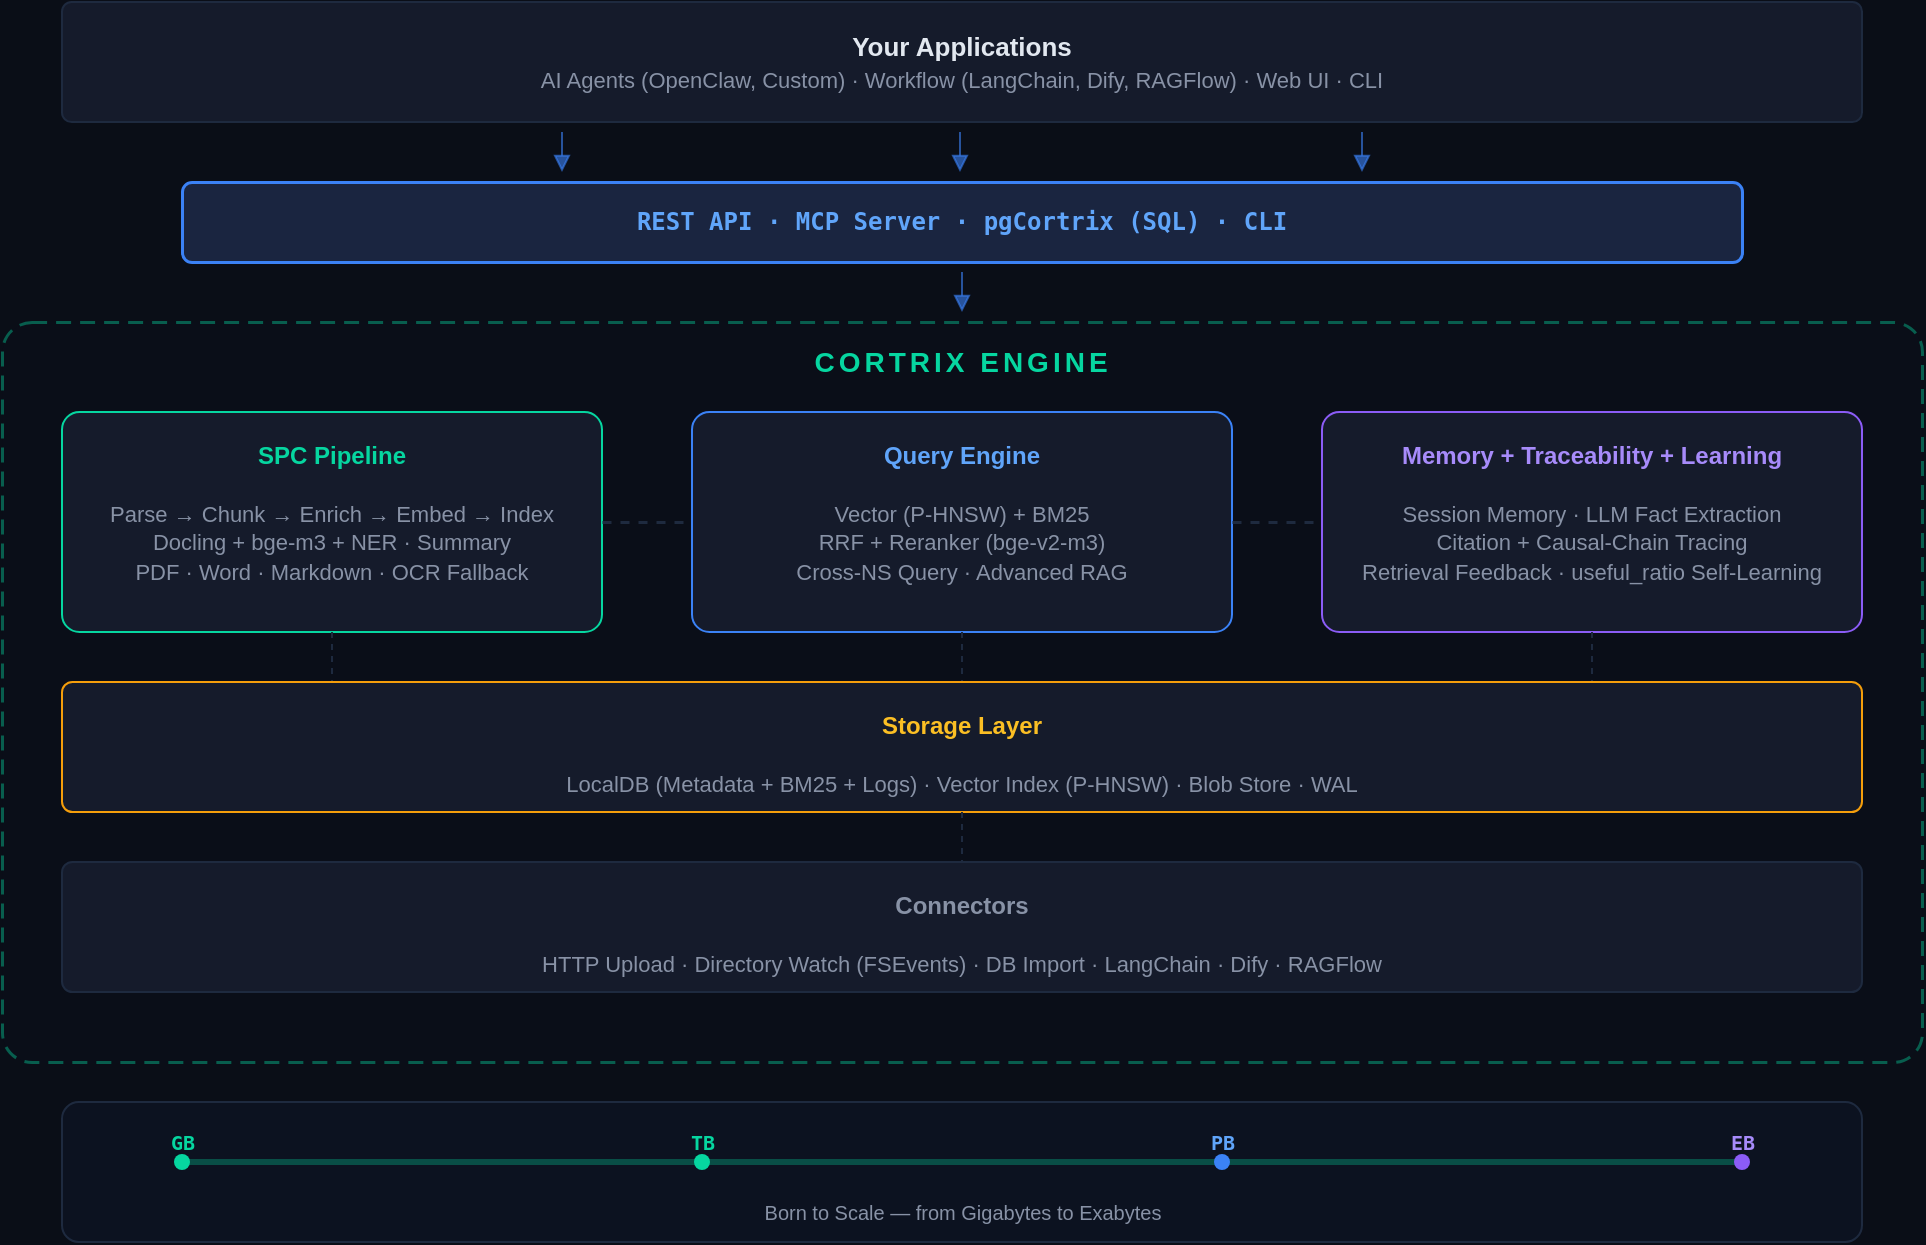
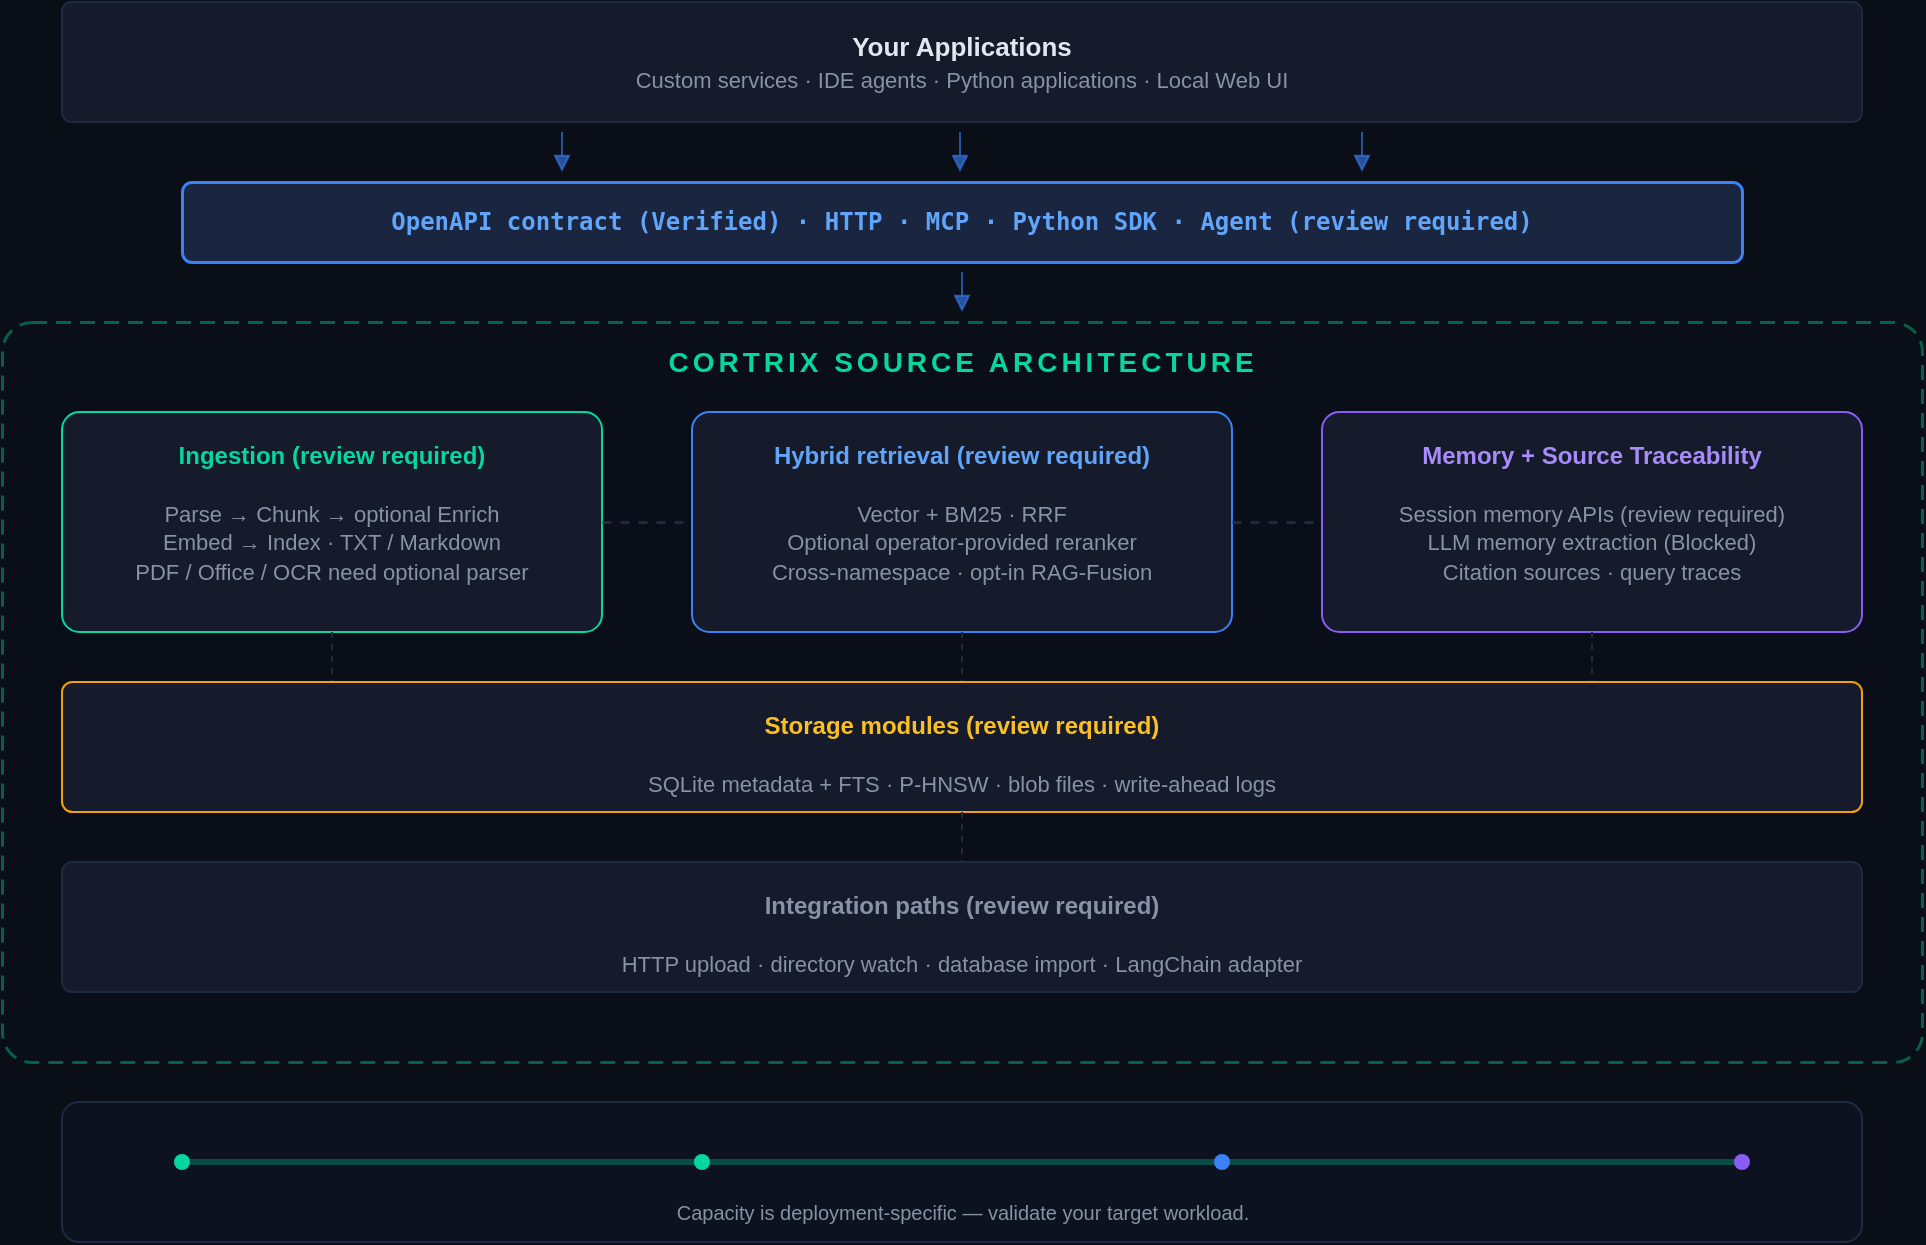
- <mxfile host="Electron" agent="Mozilla/5.0 (Macintosh; Intel Mac OS X 10_15_7) AppleWebKit/537.36 (KHTML, like Gecko) draw.io/29.6.1 Chrome/142.0.7444.265 Electron/39.8.0 Safari/537.36" version="29.6.1">
+ <mxfile version="29.6.1">
  <diagram id="cortrix-arch" name="Cortrix Architecture">
    <mxGraphModel dx="1059" dy="588" grid="1" gridSize="10" guides="1" tooltips="1" connect="1" arrows="1" fold="1" page="1" pageScale="1" pageWidth="1100" pageHeight="750" background="#0a0e17" math="0" shadow="0">
      <root>
        <mxCell id="0" />
        <mxCell id="1" parent="0" />
-         <mxCell id="app-box" parent="1" style="rounded=1;whiteSpace=wrap;html=1;fillColor=#151b2b;strokeColor=#1e2a3f;fontColor=#e2e8f0;fontSize=13;verticalAlign=middle;spacingTop=4;spacingBottom=4;arcSize=8;" value="&lt;b&gt;Your Applications&lt;/b&gt;&lt;br&gt;&lt;font color=&quot;#8892a6&quot; style=&quot;font-size:11px&quot;&gt;AI Agents (OpenClaw, Custom) · Workflow (LangChain, Dify, RAGFlow) · Web UI · CLI&lt;/font&gt;" vertex="1">
+         <mxCell id="app-box" parent="1" style="rounded=1;whiteSpace=wrap;html=1;fillColor=#151b2b;strokeColor=#1e2a3f;fontColor=#e2e8f0;fontSize=13;verticalAlign=middle;spacingTop=4;spacingBottom=4;arcSize=8;" value="&lt;b&gt;Your Applications&lt;/b&gt;&lt;br&gt;&lt;font color=&quot;#8892a6&quot; style=&quot;font-size:11px&quot;&gt;Custom services · IDE agents · Python applications · Local Web UI&lt;/font&gt;" vertex="1">
          <mxGeometry height="60" width="900" x="100" y="30" as="geometry" />
        </mxCell>
        <mxCell id="arrow1" edge="1" parent="1" style="endArrow=block;endFill=1;strokeColor=#3b82f6;strokeWidth=1;opacity=60;startSize=10;shadow=0;jumpSize=10;">
          <mxGeometry relative="1" as="geometry">
            <mxPoint x="350" y="95" as="sourcePoint" />
            <mxPoint x="350" y="115" as="targetPoint" />
          </mxGeometry>
        </mxCell>
-         <mxCell id="api-box" parent="1" style="rounded=1;whiteSpace=wrap;html=1;fillColor=#1a2540;strokeColor=#3b82f6;strokeWidth=1.5;fontColor=#60a5fa;fontSize=12;fontFamily=monospace;verticalAlign=middle;arcSize=12;" value="&lt;b&gt;&lt;font color=&quot;#60a5fa&quot;&gt;REST API  ·  MCP Server  ·  pgCortrix (SQL)  ·  CLI&lt;/font&gt;&lt;/b&gt;" vertex="1">
+         <mxCell id="api-box" parent="1" style="rounded=1;whiteSpace=wrap;html=1;fillColor=#1a2540;strokeColor=#3b82f6;strokeWidth=1.5;fontColor=#60a5fa;fontSize=12;fontFamily=monospace;verticalAlign=middle;arcSize=12;" value="&lt;b&gt;&lt;font color=&quot;#60a5fa&quot;&gt;OpenAPI contract (Verified) · HTTP · MCP · Python SDK · Agent (review required)&lt;/font&gt;&lt;/b&gt;" vertex="1">
          <mxGeometry height="40" width="780" x="160" y="120" as="geometry" />
        </mxCell>
        <mxCell id="engine-outer" parent="1" style="rounded=1;whiteSpace=wrap;html=1;fillColor=#0c1220;fillOpacity=50;strokeColor=#06d6a0;strokeWidth=1.5;dashed=1;dashPattern=5 3;arcSize=4;opacity=40;" value="" vertex="1">
          <mxGeometry height="370" width="960" x="70" y="190" as="geometry" />
        </mxCell>
-         <mxCell id="engine-title" parent="1" style="text;html=1;align=center;verticalAlign=middle;resizable=0;points=[];autosize=1;strokeColor=none;fillColor=none;" value="&lt;font color=&quot;#06d6a0&quot; style=&quot;font-size:14px;letter-spacing:2px;&quot;&gt;&lt;b&gt;CORTRIX ENGINE&lt;/b&gt;&lt;/font&gt;" vertex="1">
+         <mxCell id="engine-title" parent="1" style="text;html=1;align=center;verticalAlign=middle;resizable=0;points=[];autosize=1;strokeColor=none;fillColor=none;" value="&lt;font color=&quot;#06d6a0&quot; style=&quot;font-size:14px;letter-spacing:2px;&quot;&gt;&lt;b&gt;CORTRIX SOURCE ARCHITECTURE&lt;/b&gt;&lt;/font&gt;" vertex="1">
          <mxGeometry height="30" width="280" x="410" y="195" as="geometry" />
        </mxCell>
-         <mxCell id="spc-box" parent="1" style="rounded=1;whiteSpace=wrap;html=1;fillColor=#151b2b;strokeColor=#06d6a0;strokeWidth=1;fontColor=#e2e8f0;fontSize=12;verticalAlign=top;spacingTop=8;arcSize=8;" value="&lt;b&gt;&lt;font color=&quot;#06d6a0&quot;&gt;SPC Pipeline&lt;/font&gt;&lt;/b&gt;&lt;br&gt;&lt;br&gt;&lt;font color=&quot;#8892a6&quot; style=&quot;font-size:11px&quot;&gt;Parse → Chunk → Enrich → Embed → Index&lt;br&gt;Docling + bge-m3 + NER · Summary&lt;br&gt;PDF · Word · Markdown · OCR Fallback&lt;/font&gt;" vertex="1">
+         <mxCell id="spc-box" parent="1" style="rounded=1;whiteSpace=wrap;html=1;fillColor=#151b2b;strokeColor=#06d6a0;strokeWidth=1;fontColor=#e2e8f0;fontSize=12;verticalAlign=top;spacingTop=8;arcSize=8;" value="&lt;b&gt;&lt;font color=&quot;#06d6a0&quot;&gt;Ingestion (review required)&lt;/font&gt;&lt;/b&gt;&lt;br&gt;&lt;br&gt;&lt;font color=&quot;#8892a6&quot; style=&quot;font-size:11px&quot;&gt;Parse → Chunk → optional Enrich&lt;br&gt;Embed → Index · TXT / Markdown&lt;br&gt;PDF / Office / OCR need optional parser&lt;/font&gt;" vertex="1">
          <mxGeometry height="110" width="270" x="100" y="235" as="geometry" />
        </mxCell>
-         <mxCell id="query-box" parent="1" style="rounded=1;whiteSpace=wrap;html=1;fillColor=#151b2b;strokeColor=#3b82f6;strokeWidth=1;fontColor=#e2e8f0;fontSize=12;verticalAlign=top;spacingTop=8;arcSize=8;" value="&lt;b&gt;&lt;font color=&quot;#60a5fa&quot;&gt;Query Engine&lt;/font&gt;&lt;/b&gt;&lt;br&gt;&lt;br&gt;&lt;font color=&quot;#8892a6&quot; style=&quot;font-size:11px&quot;&gt;Vector (P-HNSW) + BM25&lt;br&gt;RRF + Reranker (bge-v2-m3)&lt;br&gt;Cross-NS Query · Advanced RAG&lt;/font&gt;" vertex="1">
+         <mxCell id="query-box" parent="1" style="rounded=1;whiteSpace=wrap;html=1;fillColor=#151b2b;strokeColor=#3b82f6;strokeWidth=1;fontColor=#e2e8f0;fontSize=12;verticalAlign=top;spacingTop=8;arcSize=8;" value="&lt;b&gt;&lt;font color=&quot;#60a5fa&quot;&gt;Hybrid retrieval (review required)&lt;/font&gt;&lt;/b&gt;&lt;br&gt;&lt;br&gt;&lt;font color=&quot;#8892a6&quot; style=&quot;font-size:11px&quot;&gt;Vector + BM25 · RRF&lt;br&gt;Optional operator-provided reranker&lt;br&gt;Cross-namespace · opt-in RAG-Fusion&lt;/font&gt;" vertex="1">
          <mxGeometry height="110" width="270" x="415" y="235" as="geometry" />
        </mxCell>
-         <mxCell id="memory-box" parent="1" style="rounded=1;whiteSpace=wrap;html=1;fillColor=#151b2b;strokeColor=#8b5cf6;strokeWidth=1;fontColor=#e2e8f0;fontSize=12;verticalAlign=top;spacingTop=8;arcSize=8;" value="&lt;b&gt;&lt;font color=&quot;#a78bfa&quot;&gt;Memory + Traceability + Learning&lt;/font&gt;&lt;/b&gt;&lt;br&gt;&lt;br&gt;&lt;font color=&quot;#8892a6&quot; style=&quot;font-size:11px&quot;&gt;Session Memory · LLM Fact Extraction&lt;br&gt;Citation + Causal-Chain Tracing&lt;br&gt;Retrieval Feedback · useful_ratio Self-Learning&lt;/font&gt;" vertex="1">
+         <mxCell id="memory-box" parent="1" style="rounded=1;whiteSpace=wrap;html=1;fillColor=#151b2b;strokeColor=#8b5cf6;strokeWidth=1;fontColor=#e2e8f0;fontSize=12;verticalAlign=top;spacingTop=8;arcSize=8;" value="&lt;b&gt;&lt;font color=&quot;#a78bfa&quot;&gt;Memory + Source Traceability&lt;/font&gt;&lt;/b&gt;&lt;br&gt;&lt;br&gt;&lt;font color=&quot;#8892a6&quot; style=&quot;font-size:11px&quot;&gt;Session memory APIs (review required)&lt;br&gt;LLM memory extraction (Blocked)&lt;br&gt;Citation sources · query traces&lt;/font&gt;" vertex="1">
          <mxGeometry height="110" width="270" x="730" y="235" as="geometry" />
        </mxCell>
        <mxCell id="conn-spc-query" edge="1" parent="1" style="endArrow=none;strokeColor=#1e2a3f;strokeWidth=1.5;dashed=1;dashPattern=3 3;">
          <mxGeometry relative="1" as="geometry">
            <mxPoint x="370" y="290" as="sourcePoint" />
            <mxPoint x="415" y="290" as="targetPoint" />
          </mxGeometry>
        </mxCell>
        <mxCell id="conn-query-mem" edge="1" parent="1" style="endArrow=none;strokeColor=#1e2a3f;strokeWidth=1.5;dashed=1;dashPattern=3 3;">
          <mxGeometry relative="1" as="geometry">
            <mxPoint x="685" y="290" as="sourcePoint" />
            <mxPoint x="730" y="290" as="targetPoint" />
          </mxGeometry>
        </mxCell>
        <mxCell id="v-spc-storage" edge="1" parent="1" style="endArrow=none;strokeColor=#1e2a3f;strokeWidth=1;dashed=1;dashPattern=3 3;">
          <mxGeometry relative="1" as="geometry">
            <mxPoint x="235" y="345" as="sourcePoint" />
            <mxPoint x="235" y="370" as="targetPoint" />
          </mxGeometry>
        </mxCell>
        <mxCell id="v-query-storage" edge="1" parent="1" style="endArrow=none;strokeColor=#1e2a3f;strokeWidth=1;dashed=1;dashPattern=3 3;">
          <mxGeometry relative="1" as="geometry">
            <mxPoint x="550" y="345" as="sourcePoint" />
            <mxPoint x="550" y="370" as="targetPoint" />
          </mxGeometry>
        </mxCell>
        <mxCell id="v-mem-storage" edge="1" parent="1" style="endArrow=none;strokeColor=#1e2a3f;strokeWidth=1;dashed=1;dashPattern=3 3;">
          <mxGeometry relative="1" as="geometry">
            <mxPoint x="865" y="345" as="sourcePoint" />
            <mxPoint x="865" y="370" as="targetPoint" />
          </mxGeometry>
        </mxCell>
-         <mxCell id="storage-box" parent="1" style="rounded=1;whiteSpace=wrap;html=1;fillColor=#151b2b;strokeColor=#f59e0b;strokeWidth=1;fontColor=#e2e8f0;fontSize=12;verticalAlign=top;spacingTop=8;arcSize=8;" value="&lt;b&gt;&lt;font color=&quot;#fbbf24&quot;&gt;Storage Layer&lt;/font&gt;&lt;/b&gt;&lt;br&gt;&lt;br&gt;&lt;font color=&quot;#8892a6&quot; style=&quot;font-size:11px&quot;&gt;LocalDB (Metadata + BM25 + Logs) · Vector Index (P-HNSW) · Blob Store · WAL&lt;/font&gt;" vertex="1">
+         <mxCell id="storage-box" parent="1" style="rounded=1;whiteSpace=wrap;html=1;fillColor=#151b2b;strokeColor=#f59e0b;strokeWidth=1;fontColor=#e2e8f0;fontSize=12;verticalAlign=top;spacingTop=8;arcSize=8;" value="&lt;b&gt;&lt;font color=&quot;#fbbf24&quot;&gt;Storage modules (review required)&lt;/font&gt;&lt;/b&gt;&lt;br&gt;&lt;br&gt;&lt;font color=&quot;#8892a6&quot; style=&quot;font-size:11px&quot;&gt;SQLite metadata + FTS · P-HNSW · blob files · write-ahead logs&lt;/font&gt;" vertex="1">
          <mxGeometry height="65" width="900" x="100" y="370" as="geometry" />
        </mxCell>
        <mxCell id="v-storage-conn" edge="1" parent="1" style="endArrow=none;strokeColor=#1e2a3f;strokeWidth=1;dashed=1;dashPattern=3 3;">
          <mxGeometry relative="1" as="geometry">
            <mxPoint x="550" y="435" as="sourcePoint" />
            <mxPoint x="550" y="460" as="targetPoint" />
          </mxGeometry>
        </mxCell>
-         <mxCell id="connectors-box" parent="1" style="rounded=1;whiteSpace=wrap;html=1;fillColor=#151b2b;strokeColor=#1e2a3f;strokeWidth=1;fontColor=#e2e8f0;fontSize=12;verticalAlign=top;spacingTop=8;arcSize=8;" value="&lt;b&gt;&lt;font color=&quot;#8892a6&quot;&gt;Connectors&lt;/font&gt;&lt;/b&gt;&lt;br&gt;&lt;br&gt;&lt;font color=&quot;#8892a6&quot; style=&quot;font-size:11px&quot;&gt;HTTP Upload · Directory Watch (FSEvents) · DB Import · LangChain · Dify · RAGFlow&lt;/font&gt;" vertex="1">
+         <mxCell id="connectors-box" parent="1" style="rounded=1;whiteSpace=wrap;html=1;fillColor=#151b2b;strokeColor=#1e2a3f;strokeWidth=1;fontColor=#e2e8f0;fontSize=12;verticalAlign=top;spacingTop=8;arcSize=8;" value="&lt;b&gt;&lt;font color=&quot;#8892a6&quot;&gt;Integration paths (review required)&lt;/font&gt;&lt;/b&gt;&lt;br&gt;&lt;br&gt;&lt;font color=&quot;#8892a6&quot; style=&quot;font-size:11px&quot;&gt;HTTP upload · directory watch · database import · LangChain adapter&lt;/font&gt;" vertex="1">
          <mxGeometry height="65" width="900" x="100" y="460" as="geometry" />
        </mxCell>
        <mxCell id="scale-bg" parent="1" style="rounded=1;whiteSpace=wrap;html=1;fillColor=#0c1220;strokeColor=#1e2a3f;strokeWidth=1;arcSize=12;" value="" vertex="1">
          <mxGeometry height="70" width="900" x="100" y="580" as="geometry" />
        </mxCell>
        <mxCell id="scale-line" edge="1" parent="1" style="endArrow=none;strokeColor=#06d6a0;strokeWidth=3;opacity=30;" value="">
          <mxGeometry relative="1" as="geometry">
            <mxPoint x="160" y="610" as="sourcePoint" />
            <mxPoint x="940" y="610" as="targetPoint" />
          </mxGeometry>
        </mxCell>
        <mxCell id="gb-dot" parent="1" style="ellipse;whiteSpace=wrap;html=1;fillColor=#06d6a0;strokeColor=none;aspect=fixed;" value="" vertex="1">
          <mxGeometry height="8" width="8" x="156" y="606" as="geometry" />
        </mxCell>
-         <mxCell id="gb-label" parent="1" style="text;html=1;align=center;verticalAlign=middle;resizable=0;points=[];autosize=1;strokeColor=none;fillColor=none;fontFamily=monospace;" value="&lt;font color=&quot;#06d6a0&quot; style=&quot;font-size:10px;&quot;&gt;&lt;b&gt;GB&lt;/b&gt;&lt;/font&gt;" vertex="1">
+         <mxCell id="gb-label" parent="1" style="text;html=1;align=center;verticalAlign=middle;resizable=0;points=[];autosize=1;strokeColor=none;fillColor=none;fontFamily=monospace;" value="" vertex="1">
          <mxGeometry height="20" width="30" x="145" y="590" as="geometry" />
        </mxCell>
        <mxCell id="tb-dot" parent="1" style="ellipse;whiteSpace=wrap;html=1;fillColor=#06d6a0;strokeColor=none;aspect=fixed;" value="" vertex="1">
          <mxGeometry height="8" width="8" x="416" y="606" as="geometry" />
        </mxCell>
-         <mxCell id="tb-label" parent="1" style="text;html=1;align=center;verticalAlign=middle;resizable=0;points=[];autosize=1;strokeColor=none;fillColor=none;fontFamily=monospace;" value="&lt;font color=&quot;#06d6a0&quot; style=&quot;font-size:10px;&quot;&gt;&lt;b&gt;TB&lt;/b&gt;&lt;/font&gt;" vertex="1">
+         <mxCell id="tb-label" parent="1" style="text;html=1;align=center;verticalAlign=middle;resizable=0;points=[];autosize=1;strokeColor=none;fillColor=none;fontFamily=monospace;" value="" vertex="1">
          <mxGeometry height="20" width="30" x="405" y="590" as="geometry" />
        </mxCell>
        <mxCell id="pb-dot" parent="1" style="ellipse;whiteSpace=wrap;html=1;fillColor=#3b82f6;strokeColor=none;aspect=fixed;" value="" vertex="1">
          <mxGeometry height="8" width="8" x="676" y="606" as="geometry" />
        </mxCell>
-         <mxCell id="pb-label" parent="1" style="text;html=1;align=center;verticalAlign=middle;resizable=0;points=[];autosize=1;strokeColor=none;fillColor=none;fontFamily=monospace;" value="&lt;font color=&quot;#60a5fa&quot; style=&quot;font-size:10px;&quot;&gt;&lt;b&gt;PB&lt;/b&gt;&lt;/font&gt;" vertex="1">
+         <mxCell id="pb-label" parent="1" style="text;html=1;align=center;verticalAlign=middle;resizable=0;points=[];autosize=1;strokeColor=none;fillColor=none;fontFamily=monospace;" value="" vertex="1">
          <mxGeometry height="20" width="30" x="665" y="590" as="geometry" />
        </mxCell>
        <mxCell id="eb-dot" parent="1" style="ellipse;whiteSpace=wrap;html=1;fillColor=#8b5cf6;strokeColor=none;aspect=fixed;" value="" vertex="1">
          <mxGeometry height="8" width="8" x="936" y="606" as="geometry" />
        </mxCell>
-         <mxCell id="eb-label" parent="1" style="text;html=1;align=center;verticalAlign=middle;resizable=0;points=[];autosize=1;strokeColor=none;fillColor=none;fontFamily=monospace;" value="&lt;font color=&quot;#a78bfa&quot; style=&quot;font-size:10px;&quot;&gt;&lt;b&gt;EB&lt;/b&gt;&lt;/font&gt;" vertex="1">
+         <mxCell id="eb-label" parent="1" style="text;html=1;align=center;verticalAlign=middle;resizable=0;points=[];autosize=1;strokeColor=none;fillColor=none;fontFamily=monospace;" value="" vertex="1">
          <mxGeometry height="20" width="30" x="925" y="590" as="geometry" />
        </mxCell>
-         <mxCell id="scale-text" parent="1" style="text;html=1;align=center;verticalAlign=middle;resizable=0;points=[];autosize=1;strokeColor=none;fillColor=none;" value="&lt;font color=&quot;#8892a6&quot; style=&quot;font-size:10px;&quot;&gt;Born to Scale — from Gigabytes to Exabytes&lt;/font&gt;" vertex="1">
+         <mxCell id="scale-text" parent="1" style="text;html=1;align=center;verticalAlign=middle;resizable=0;points=[];autosize=1;strokeColor=none;fillColor=none;" value="&lt;font color=&quot;#8892a6&quot; style=&quot;font-size:10px;&quot;&gt;Capacity is deployment-specific — validate your target workload.&lt;/font&gt;" vertex="1">
          <mxGeometry height="20" width="320" x="390" y="625" as="geometry" />
        </mxCell>
        <mxCell id="9VOZgk-KcS__6W1_kOAT-2" edge="1" parent="1" style="endArrow=block;endFill=1;strokeColor=#3b82f6;strokeWidth=1;opacity=60;startSize=10;shadow=0;jumpSize=10;">
          <mxGeometry relative="1" as="geometry">
            <mxPoint x="549" y="95" as="sourcePoint" />
            <mxPoint x="549" y="115" as="targetPoint" />
          </mxGeometry>
        </mxCell>
        <mxCell id="9VOZgk-KcS__6W1_kOAT-3" edge="1" parent="1" style="endArrow=block;endFill=1;strokeColor=#3b82f6;strokeWidth=1;opacity=60;startSize=10;shadow=0;jumpSize=10;">
          <mxGeometry relative="1" as="geometry">
            <mxPoint x="750" y="95" as="sourcePoint" />
            <mxPoint x="750" y="115" as="targetPoint" />
          </mxGeometry>
        </mxCell>
        <mxCell id="9VOZgk-KcS__6W1_kOAT-4" edge="1" parent="1" style="endArrow=block;endFill=1;strokeColor=#3b82f6;strokeWidth=1;opacity=60;startSize=10;shadow=0;jumpSize=10;">
          <mxGeometry relative="1" as="geometry">
            <mxPoint x="550" y="165" as="sourcePoint" />
            <mxPoint x="550" y="185" as="targetPoint" />
          </mxGeometry>
        </mxCell>
      </root>
    </mxGraphModel>
  </diagram>
</mxfile>
